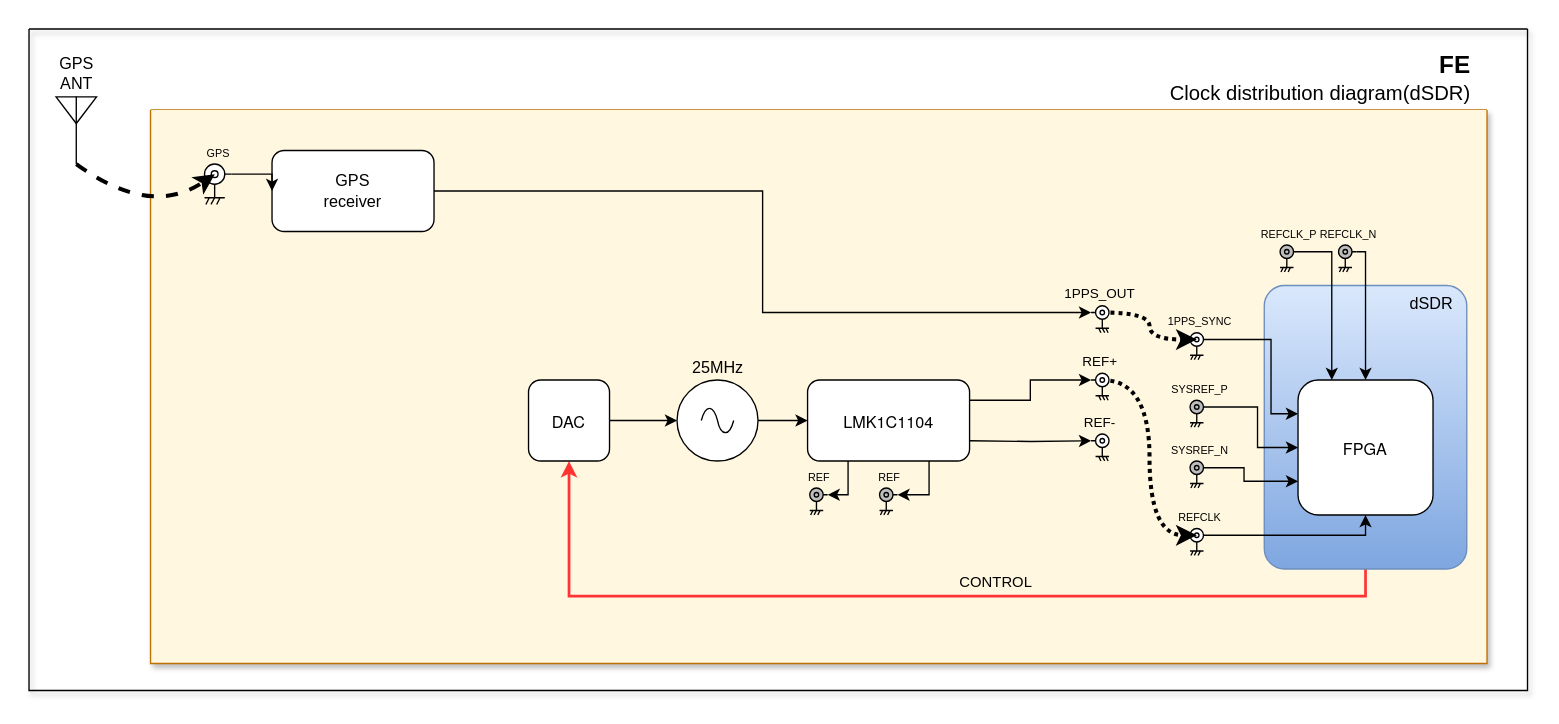
The draw.io diagram source/_static/fe/fe_sync_dsdr.drawio in wavelet-lab/docs, before the edit. Source tidied: cells renumbered, new cells numbered last; positions are measured from the earlier drawing's top-left corner, leaving out a move shared by most shapes. Both pictures are drawn from the tidied source at 135%, with x=0, y=0 at pixel (28, 28).
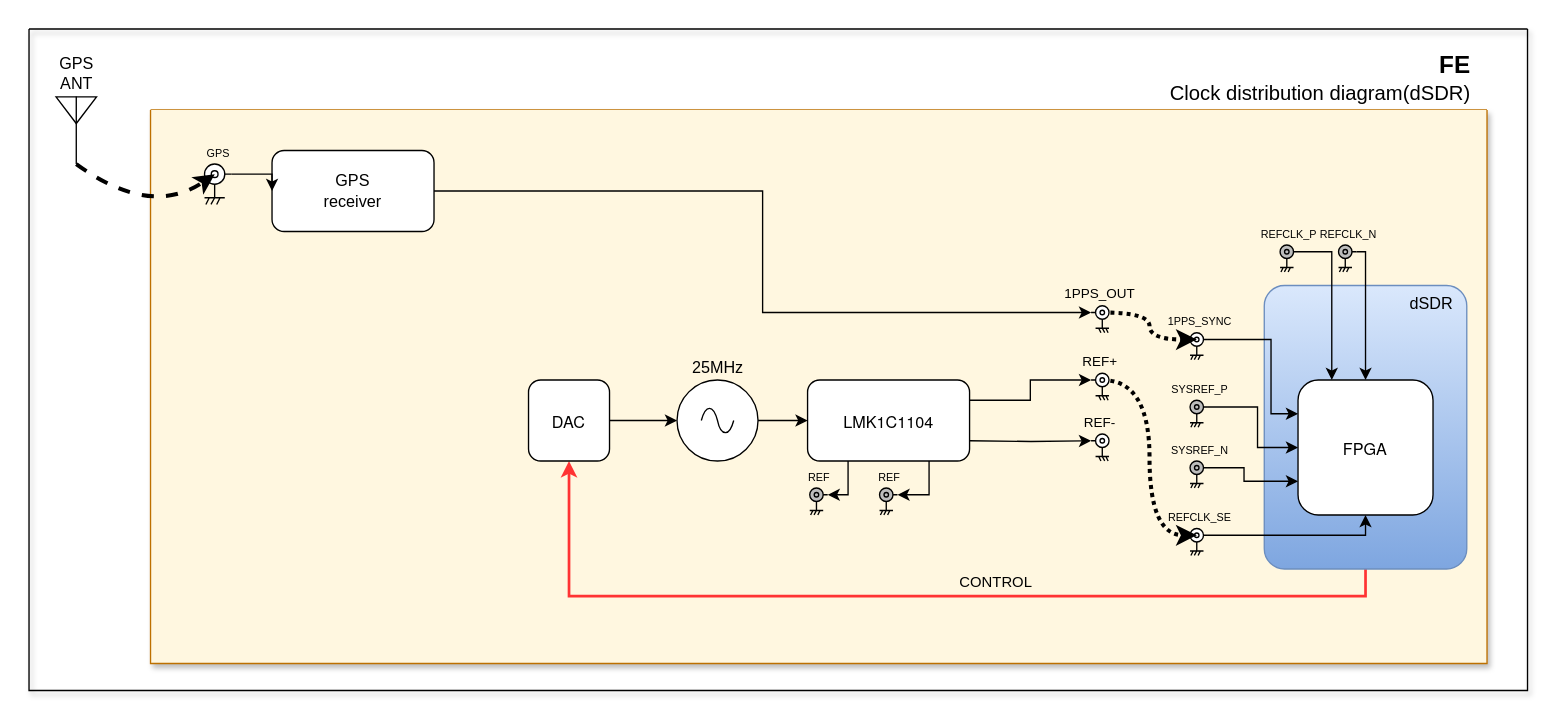
The same page after the edit.

The change refers to these unchanged cells:
```xml
<mxCell id="3" style="swimlane;startSize=0;swimlaneFillColor=light-dark(#fff7e0, #322200);fillColor=#f0a30a;shadow=1;strokeColor=#BD7000;fontColor=#000000;" parent="2" vertex="1">
  <mxGeometry x="90" y="60" width="990" height="410" as="geometry" />
</mxCell>
```

The edit, as a diff of the source:
```diff
@@
-    <mxCell id="9" value="REFCLK" style="verticalLabelPosition=top;shadow=0;dashed=0;align=center;html=1;verticalAlign=bottom;shape=mxgraph.electrical.miscellaneous.co-ax;points=[[0.38,0.25,0,0,0],[1,0.25,0,0,0]];labelPosition=center;fontSize=8;fillColor=#FFFFFF;" parent="3" vertex="1">
+    <mxCell id="9" value="REFCLK_SE" style="verticalLabelPosition=top;shadow=0;dashed=0;align=center;html=1;verticalAlign=bottom;shape=mxgraph.electrical.miscellaneous.co-ax;points=[[0.38,0.25,0,0,0],[1,0.25,0,0,0]];labelPosition=center;fontSize=8;fillColor=#FFFFFF;" parent="3" vertex="1">
       <mxGeometry x="770" y="310" width="13.3" height="20" as="geometry" />
     </mxCell>
```
